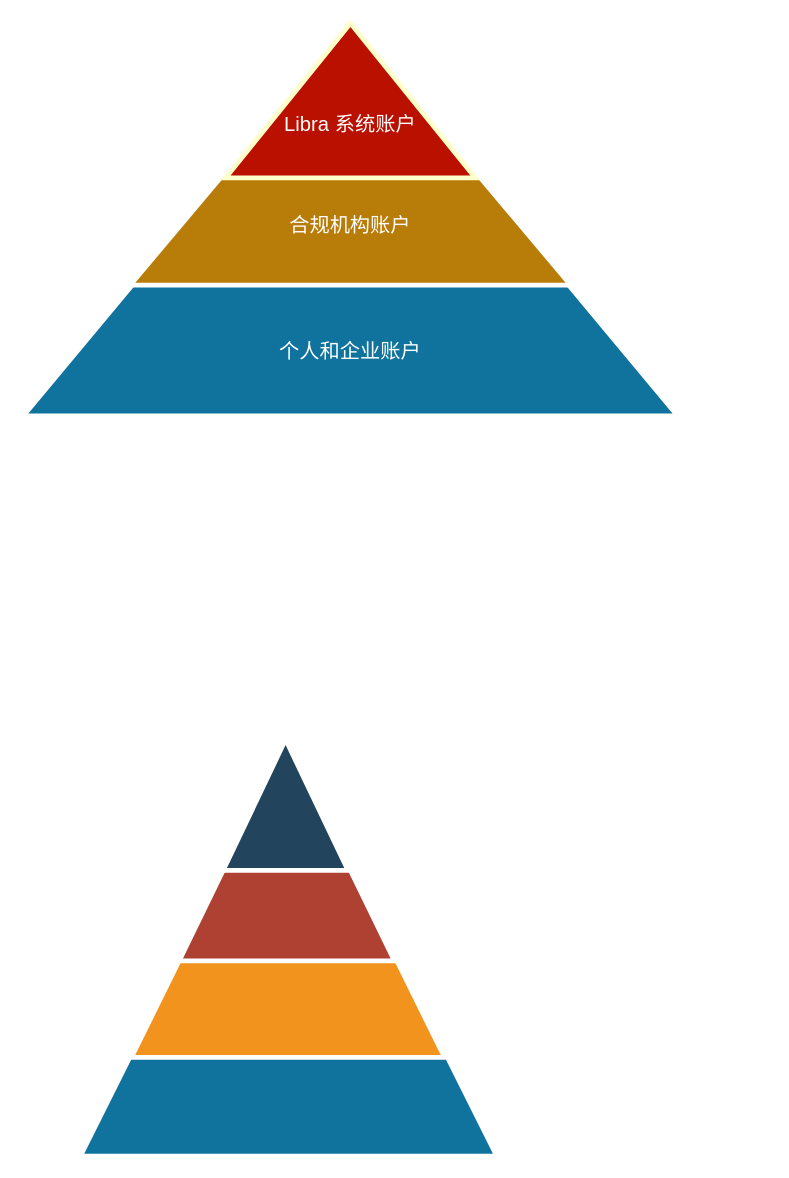
Before: page "账户体系" (1 of 5) of whitepaper/images/libra.drawio in dapenghu/ComplianceWhitePaperForLibra, a draw.io diagram. Source tidied: cells renumbered, new cells numbered last; positions are measured from the earlier drawing's top-left corner, leaving out a move shared by most shapes. Both pictures are drawn from the tidied source at 119%, with x=0, y=0 at pixel (23, 23).
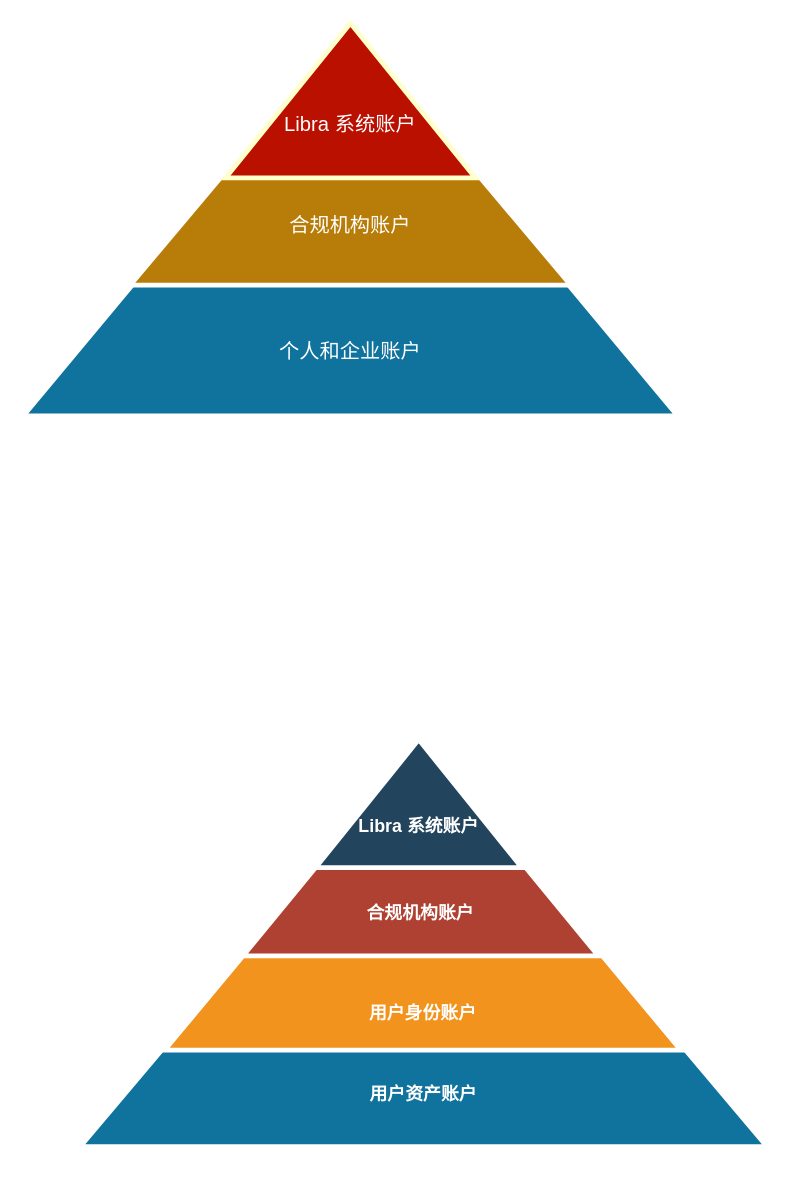
The same diagram, later.

Change to the diagram source:
```diff
@@
 <mxGraphModel>
   <root>
     <mxCell id="0" />
     <mxCell id="1" parent="0" />
     <mxCell id="2" value="&lt;br style=&quot;font-size: 17px;&quot;&gt;&lt;br style=&quot;font-size: 17px;&quot;&gt;&lt;br style=&quot;font-size: 17px;&quot;&gt;&lt;br style=&quot;font-size: 17px;&quot;&gt;&lt;br style=&quot;font-size: 17px;&quot;&gt;&lt;br style=&quot;font-size: 17px;&quot;&gt;&lt;br style=&quot;font-size: 17px;&quot;&gt;&lt;br style=&quot;font-size: 17px;&quot;&gt;&lt;br style=&quot;font-size: 17px;&quot;&gt;&lt;br style=&quot;font-size: 17px;&quot;&gt;&lt;br style=&quot;font-size: 17px;&quot;&gt;个人和企业账户" style="triangle;direction=north;strokeWidth=4;html=1;fillColor=#10739E;strokeColor=#ffffff;shadow=0;fontSize=17;fontColor=#FFFFFF;align=center;fontStyle=0;whiteSpace=wrap;spacing=10;" parent="1" vertex="1">
       <mxGeometry width="550" height="330" as="geometry" />
     </mxCell>
     <mxCell id="3" value="&lt;br style=&quot;font-size: 17px;&quot;&gt;&lt;br style=&quot;font-size: 17px;&quot;&gt;&lt;br style=&quot;font-size: 17px;&quot;&gt;&lt;br style=&quot;font-size: 17px;&quot;&gt;&lt;br style=&quot;font-size: 17px;&quot;&gt;&lt;br style=&quot;font-size: 17px;&quot;&gt;&lt;font style=&quot;font-size: 17px;&quot;&gt;合规机构账户&lt;/font&gt;" style="triangle;direction=north;strokeWidth=4;html=1;fillColor=#B87C08;strokeColor=#FFFFFF;shadow=0;fontSize=17;align=center;fontStyle=0;whiteSpace=wrap;spacing=10;fontColor=#ffffff;" parent="1" vertex="1">
       <mxGeometry x="90" width="370" height="220" as="geometry" />
     </mxCell>
     <mxCell id="4" value="&lt;br style=&quot;font-size: 17px;&quot;&gt;&lt;br style=&quot;font-size: 17px;&quot;&gt;Libra 系统账户" style="triangle;direction=north;strokeWidth=4;html=1;shadow=0;fontSize=17;align=center;fontStyle=0;whiteSpace=wrap;spacing=10;strokeColor=#FFFFCC;fillColor=#BA1000;gradientDirection=east;fontColor=#ffffff;verticalAlign=middle;" parent="1" vertex="1">
       <mxGeometry x="170" width="210" height="130" as="geometry" />
     </mxCell>
-    <mxCell id="5" style="triangle;direction=north;strokeWidth=4;html=1;fillColor=#10739E;strokeColor=#ffffff;shadow=0;fontSize=10;fontColor=#FFFFFF;align=center;fontStyle=0;whiteSpace=wrap;spacing=10;" parent="1" vertex="1">
-      <mxGeometry x="48" y="602" width="350" height="350" as="geometry" />
+    <mxCell id="5" value="&lt;br style=&quot;font-size: 15px ; font-weight: bold ; white-space: normal&quot;&gt;&lt;br style=&quot;font-size: 15px ; font-weight: bold ; white-space: normal&quot;&gt;&lt;br style=&quot;font-size: 15px ; font-weight: bold ; white-space: normal&quot;&gt;&lt;br style=&quot;font-size: 15px ; font-weight: bold ; white-space: normal&quot;&gt;&lt;br style=&quot;font-size: 15px ; font-weight: bold ; white-space: normal&quot;&gt;&lt;br style=&quot;font-size: 15px ; font-weight: bold ; white-space: normal&quot;&gt;&lt;br style=&quot;font-size: 15px ; font-weight: bold ; white-space: normal&quot;&gt;&lt;br style=&quot;font-size: 15px ; font-weight: bold ; white-space: normal&quot;&gt;&lt;br style=&quot;font-size: 15px ; font-weight: bold ; white-space: normal&quot;&gt;&lt;br style=&quot;font-size: 15px ; font-weight: bold ; white-space: normal&quot;&gt;&lt;br style=&quot;font-size: 15px ; font-weight: bold ; white-space: normal&quot;&gt;&lt;span style=&quot;font-size: 15px ; font-weight: bold ; white-space: normal&quot;&gt;&lt;br style=&quot;font-size: 15px&quot;&gt;&lt;br style=&quot;font-size: 15px&quot;&gt;&lt;br style=&quot;font-size: 15px&quot;&gt;用户资产账户&lt;/span&gt;" style="triangle;direction=north;strokeWidth=4;html=1;fillColor=#10739E;strokeColor=#ffffff;shadow=0;fontSize=15;fontColor=#FFFFFF;align=center;fontStyle=0;whiteSpace=wrap;spacing=10;" parent="1" vertex="1">
+      <mxGeometry x="48" y="602" width="577" height="342" as="geometry" />
     </mxCell>
-    <mxCell id="6" style="triangle;direction=north;strokeWidth=4;html=1;fillColor=#F2931E;strokeColor=#ffffff;shadow=0;fontSize=10;fontColor=#FFFFFF;align=center;fontStyle=0;whiteSpace=wrap;spacing=10;" parent="1" vertex="1">
-      <mxGeometry x="91" y="602" width="263" height="267" as="geometry" />
+    <mxCell id="6" value="&lt;br style=&quot;font-size: 15px ; white-space: normal&quot;&gt;&lt;br style=&quot;font-size: 15px ; white-space: normal&quot;&gt;&lt;br style=&quot;font-size: 15px ; white-space: normal&quot;&gt;&lt;br style=&quot;font-size: 15px ; white-space: normal&quot;&gt;&lt;br style=&quot;font-size: 15px ; white-space: normal&quot;&gt;&lt;br style=&quot;font-size: 15px ; white-space: normal&quot;&gt;&lt;br style=&quot;font-size: 15px ; white-space: normal&quot;&gt;&lt;br style=&quot;font-size: 15px ; white-space: normal&quot;&gt;&lt;br style=&quot;font-size: 15px ; white-space: normal&quot;&gt;&lt;br style=&quot;font-size: 15px ; white-space: normal&quot;&gt;&lt;br style=&quot;font-size: 15px ; white-space: normal&quot;&gt;&lt;span style=&quot;font-size: 15px ; white-space: normal&quot;&gt;用户身份账户&lt;/span&gt;" style="triangle;direction=north;strokeWidth=4;html=1;fillColor=#F2931E;strokeColor=#ffffff;shadow=0;fontSize=15;fontColor=#FFFFFF;align=center;fontStyle=1;whiteSpace=wrap;spacing=10;" parent="1" vertex="1">
+      <mxGeometry x="118.9" y="602" width="433.6" height="260.9" as="geometry" />
     </mxCell>
-    <mxCell id="7" style="triangle;direction=north;strokeWidth=4;html=1;fillColor=#AE4132;strokeColor=#ffffff;shadow=0;fontSize=10;fontColor=#FFFFFF;align=center;fontStyle=0;whiteSpace=wrap;spacing=10;" parent="1" vertex="1">
-      <mxGeometry x="131" y="602" width="181" height="186" as="geometry" />
+    <mxCell id="7" value="&lt;br style=&quot;font-size: 15px; white-space: normal;&quot;&gt;&lt;br style=&quot;font-size: 15px; white-space: normal;&quot;&gt;&lt;br style=&quot;font-size: 15px; white-space: normal;&quot;&gt;&lt;br style=&quot;font-size: 15px; white-space: normal;&quot;&gt;&lt;br style=&quot;font-size: 15px; white-space: normal;&quot;&gt;&lt;br style=&quot;font-size: 15px; white-space: normal;&quot;&gt;&lt;font style=&quot;font-size: 15px; white-space: normal;&quot;&gt;合规机构账户&lt;/font&gt;" style="triangle;direction=north;strokeWidth=4;html=1;fillColor=#AE4132;strokeColor=#ffffff;shadow=0;fontSize=15;fontColor=#FFFFFF;align=center;fontStyle=1;whiteSpace=wrap;spacing=10;" parent="1" vertex="1">
+      <mxGeometry x="184.8" y="602" width="298.4" height="181.7" as="geometry" />
     </mxCell>
-    <mxCell id="8" style="triangle;direction=north;strokeWidth=4;html=1;fillColor=#23445D;strokeColor=#ffffff;shadow=0;fontSize=10;fontColor=#FFFFFF;align=center;fontStyle=0;whiteSpace=wrap;spacing=10;" parent="1" vertex="1">
-      <mxGeometry x="168" y="602" width="105" height="110" as="geometry" />
+    <mxCell id="8" value="&lt;br style=&quot;font-size: 15px; white-space: normal;&quot;&gt;&lt;br style=&quot;font-size: 15px; white-space: normal;&quot;&gt;&lt;span style=&quot;font-size: 15px; white-space: normal;&quot;&gt;Libra 系统账户&lt;/span&gt;" style="triangle;direction=north;strokeWidth=4;html=1;fillColor=#23445D;strokeColor=#ffffff;shadow=0;fontSize=15;fontColor=#FFFFFF;align=center;fontStyle=1;whiteSpace=wrap;spacing=10;" parent="1" vertex="1">
+      <mxGeometry x="245.8" y="602" width="173.1" height="107.5" as="geometry" />
     </mxCell>
   </root>
 </mxGraphModel>
```
